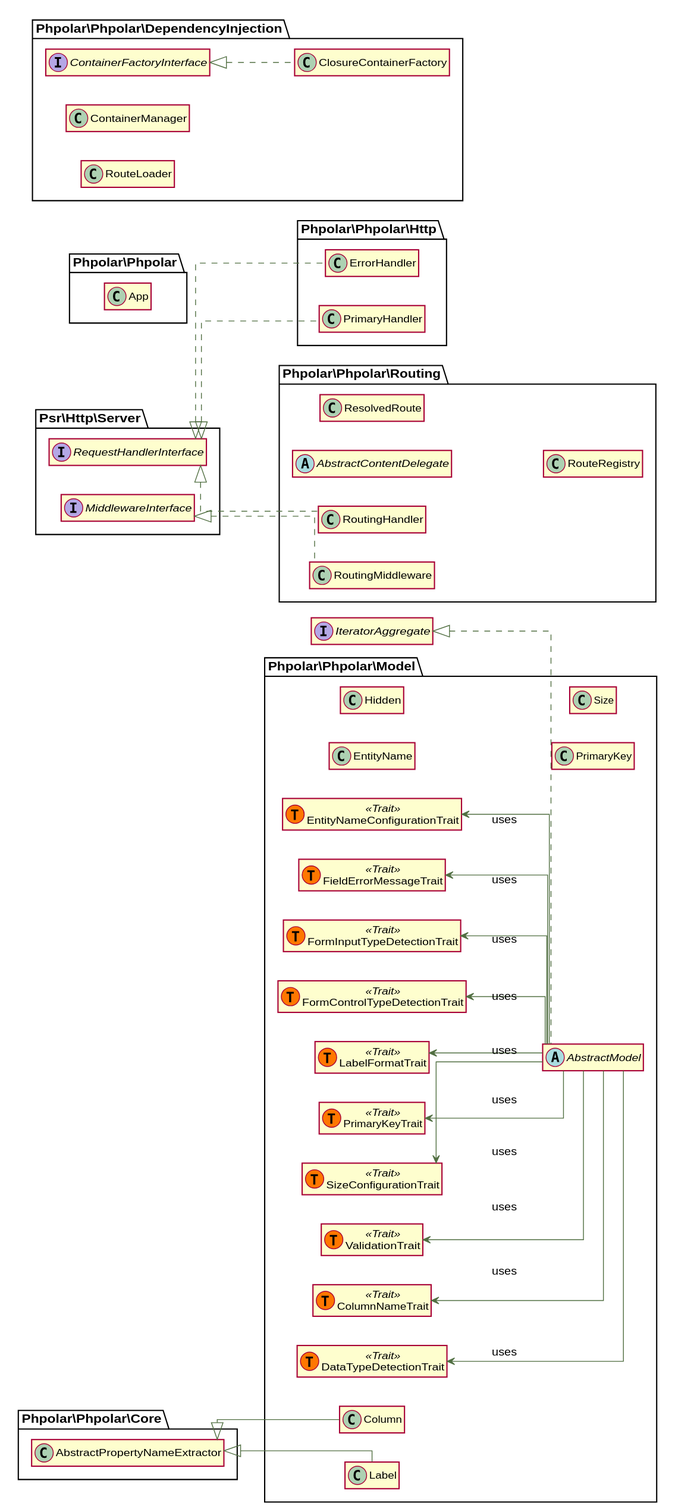
Above: docs/graphs/classes.svg in phpolar/phpolar (PlantUML), before the change.
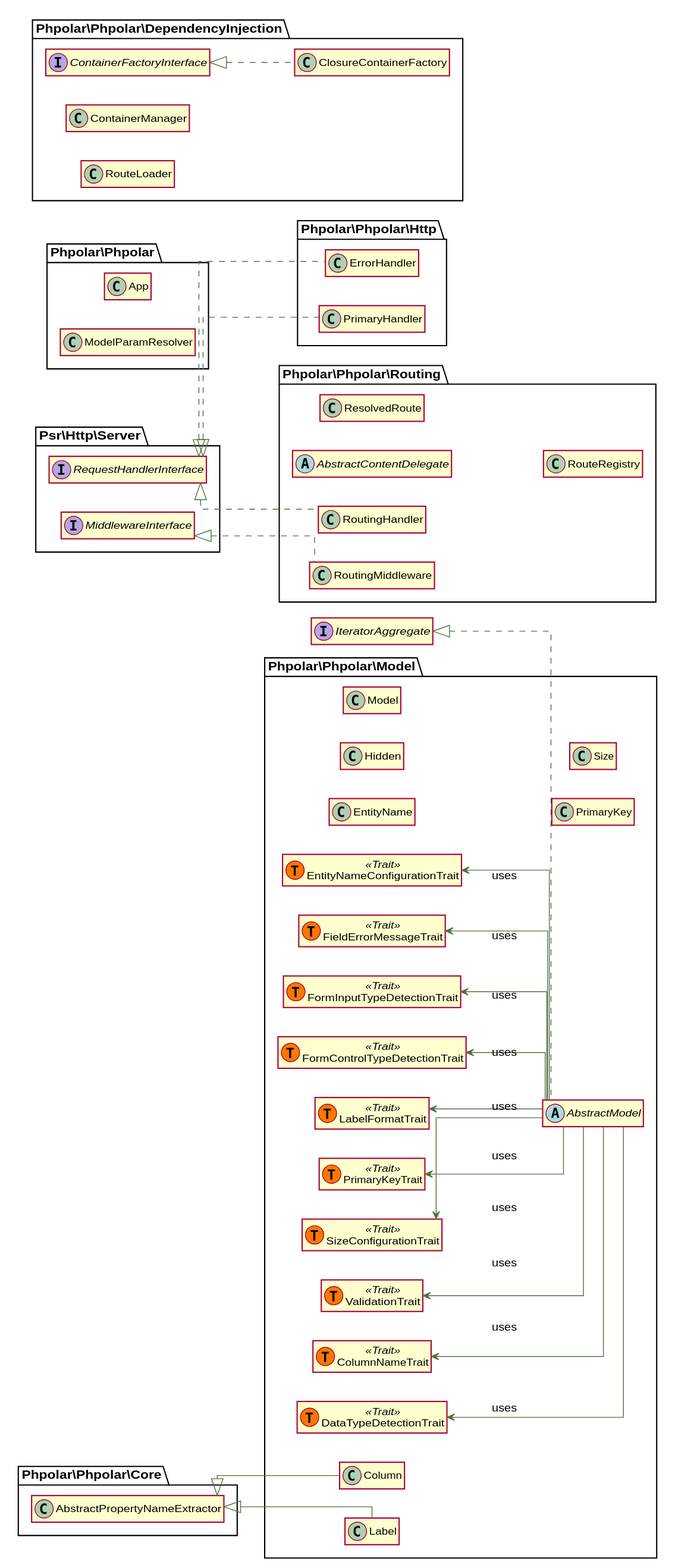
After the commit.

Commit message:
docs: add model param resolver to docs

Change to the diagram source:
```diff
@@ -14,6 +14,9 @@
 
 
 class \\Phpolar\\Phpolar\\App {
+}
+
+class \\Phpolar\\Phpolar\\ModelParamResolver {
 }
 
 class \\Phpolar\\Phpolar\\DependencyInjection\\ClosureContainerFactory implements \\Phpolar\\Phpolar\\DependencyInjection\\ContainerFactoryInterface {
@@ -57,6 +60,9 @@
 }
 
 class \\Phpolar\\Phpolar\\Model\\Label extends \\Phpolar\\Phpolar\\Core\\AbstractPropertyNameExtractor {
+}
+
+class \\Phpolar\\Phpolar\\Model\\Model {
 }
 
 class \\Phpolar\\Phpolar\\Model\\PrimaryKey {
```
